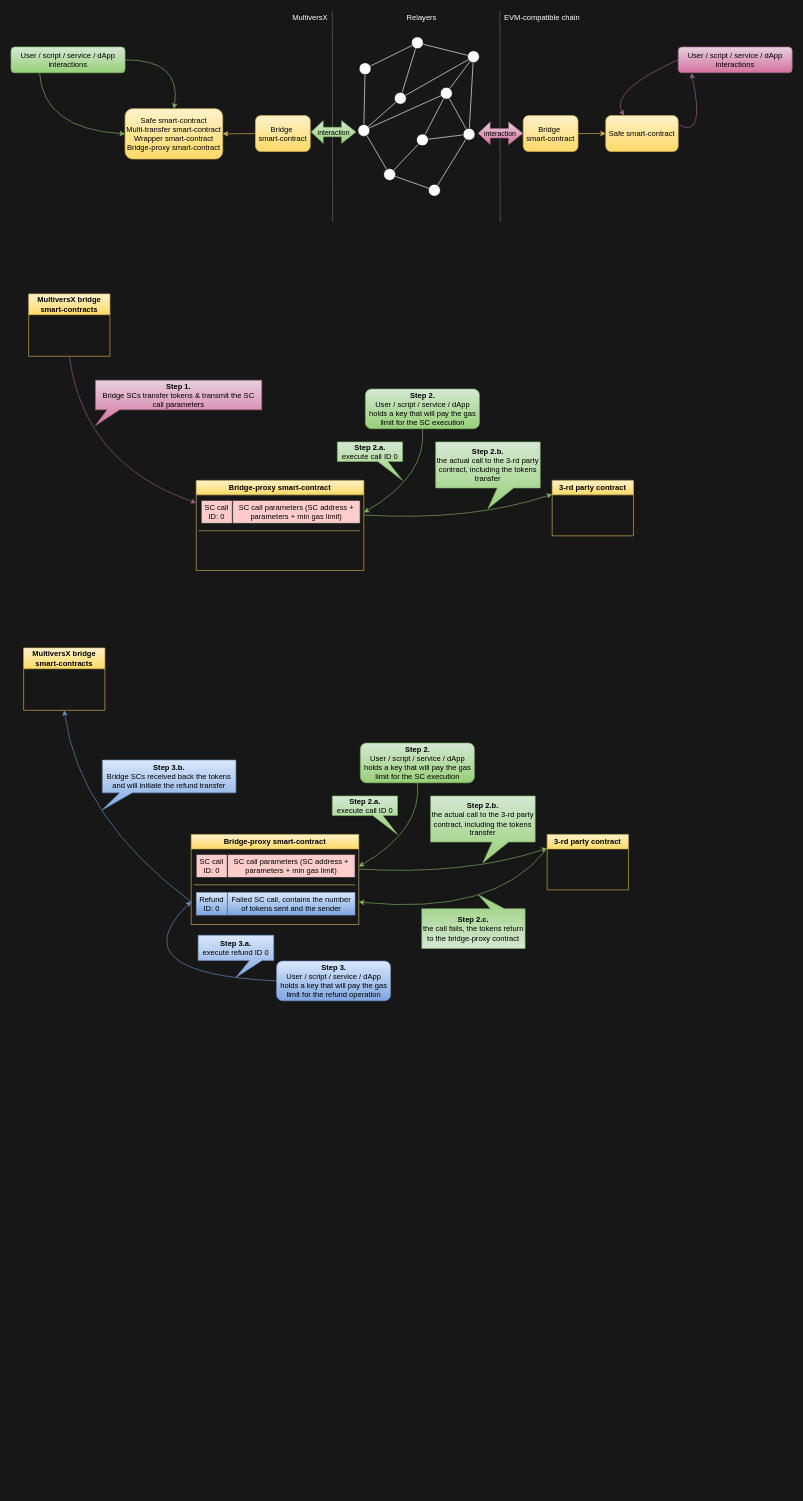
This is static/xbridge/xbridge-dark.drawio from multiversx/mx-docs, a draw.io file, before an edit. Source tidied: cells renumbered, new cells numbered last; positions are measured from the earlier drawing's top-left corner, leaving out a move shared by most shapes. Both pictures are drawn from the tidied source at 63%, with x=0, y=0 at pixel (11, 11).
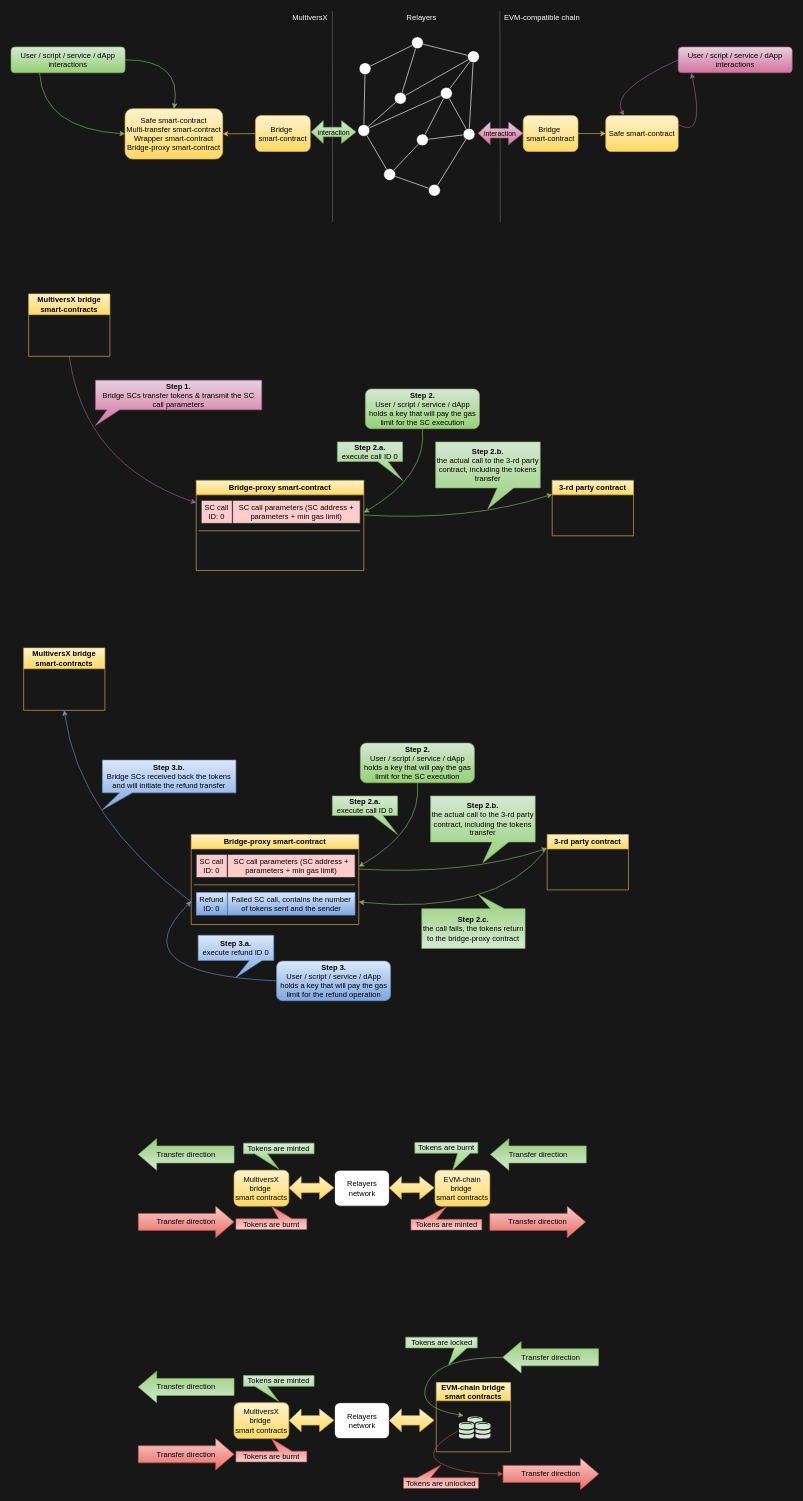
The same page after the edit.

Change to the diagram source:
```diff
@@
+    <mxCell id="82" value="&lt;div&gt;MultiversX&lt;/div&gt;bridge&amp;nbsp;&lt;div&gt;smart contracts&lt;/div&gt;" style="rounded=1;whiteSpace=wrap;html=1;fillColor=#fff2cc;strokeColor=#d6b656;gradientColor=#ffd966;" parent="1" vertex="1">
+      <mxGeometry x="354" y="1840" width="87" height="57" as="geometry" />
+    </mxCell>
+    <mxCell id="83" style="edgeStyle=orthogonalEdgeStyle;rounded=0;jettySize=auto;html=1;" parent="1" edge="1" source="84" target="85">
+      <mxGeometry relative="1" as="geometry" />
+    </mxCell>
+    <mxCell id="84" value="&lt;div&gt;EVM-chain&lt;/div&gt;bridge&amp;nbsp;&lt;div&gt;smart contracts&lt;/div&gt;" style="rounded=1;whiteSpace=wrap;html=1;fillColor=#fff2cc;strokeColor=#d6b656;gradientColor=#ffd966;" parent="1" vertex="1">
+      <mxGeometry x="673" y="1840" width="87" height="57" as="geometry" />
+    </mxCell>
+    <mxCell id="85" value="Relayers network" style="rounded=1;whiteSpace=wrap;html=1;" parent="1" vertex="1">
+      <mxGeometry x="513.5" y="1840" width="87" height="57" as="geometry" />
+    </mxCell>
+    <mxCell id="86" style="shape=flexArrow;endArrow=classic;html=1;rounded=0;startArrow=block;fillColor=#fff2cc;strokeColor=#d6b656;width=15.000000000000002;endSize=7.242857142857144;gradientColor=#ffd966;" parent="1" edge="1">
+      <mxGeometry relative="1" as="geometry">
+        <mxPoint x="441" y="1868.1" as="sourcePoint" />
+        <mxPoint x="513" y="1868" as="targetPoint" />
+      </mxGeometry>
+    </mxCell>
+    <mxCell id="87" style="shape=flexArrow;endArrow=classic;html=1;rounded=0;startArrow=block;width=15.000000000000002;endSize=7.242857142857144;fillColor=#fff2cc;strokeColor=#d6b656;gradientColor=#ffd966;" parent="1" edge="1">
+      <mxGeometry relative="1" as="geometry">
+        <mxPoint x="600" y="1868.1" as="sourcePoint" />
+        <mxPoint x="672" y="1868" as="targetPoint" />
+      </mxGeometry>
+    </mxCell>
+    <mxCell id="88" value="Transfer direction" style="shape=singleArrow;direction=west;whiteSpace=wrap;html=1;arrowWidth=0.5395833333333371;arrowSize=0.19189907038512738;fillColor=#d5e8d4;gradientColor=#97d077;strokeColor=#82b366;" parent="1" vertex="1">
+      <mxGeometry x="761" y="1790" width="152" height="50" as="geometry" />
+    </mxCell>
+    <mxCell id="89" value="Transfer direction" style="shape=singleArrow;direction=west;whiteSpace=wrap;html=1;arrowWidth=0.5395833333333371;arrowSize=0.19189907038512738;fillColor=#d5e8d4;gradientColor=#97d077;strokeColor=#82b366;" parent="1" vertex="1">
+      <mxGeometry x="202" y="1790" width="152" height="50" as="geometry" />
+    </mxCell>
+    <mxCell id="90" value="&lt;div style=&quot;forced-color-adjust: none; color: rgb(0, 0, 0); font-family: Helvetica; font-size: 12px; font-style: normal; font-variant-ligatures: normal; font-variant-caps: normal; letter-spacing: normal; orphans: 2; text-align: center; text-indent: 0px; text-transform: none; widows: 2; word-spacing: 0px; -webkit-text-stroke-width: 0px; white-space: normal; text-decoration-thickness: initial; text-decoration-style: initial; text-decoration-color: initial;&quot;&gt;Tokens are burnt&lt;/div&gt;" style="shape=callout;whiteSpace=wrap;html=1;perimeter=calloutPerimeter;fillColor=#d5e8d4;gradientColor=#97d077;strokeColor=#82b366;labelBackgroundColor=none;size=27;position=0.68;position2=0.6;" parent="1" vertex="1">
+      <mxGeometry x="641" y="1796" width="100" height="44" as="geometry" />
+    </mxCell>
+    <mxCell id="91" value="&lt;div style=&quot;forced-color-adjust: none; color: rgb(0, 0, 0); font-family: Helvetica; font-size: 12px; font-style: normal; font-variant-ligatures: normal; font-variant-caps: normal; letter-spacing: normal; orphans: 2; text-align: center; text-indent: 0px; text-transform: none; widows: 2; word-spacing: 0px; -webkit-text-stroke-width: 0px; white-space: normal; text-decoration-thickness: initial; text-decoration-style: initial; text-decoration-color: initial;&quot;&gt;Tokens are minted&lt;/div&gt;" style="shape=callout;whiteSpace=wrap;html=1;perimeter=calloutPerimeter;fillColor=#d5e8d4;gradientColor=#97d077;strokeColor=#82b366;labelBackgroundColor=none;size=24;position=0.16;" parent="1" vertex="1">
+      <mxGeometry x="369" y="1797" width="112" height="41" as="geometry" />
+    </mxCell>
+    <mxCell id="92" value="Transfer direction" style="shape=singleArrow;direction=east;whiteSpace=wrap;html=1;arrowWidth=0.5395833333333371;arrowSize=0.19189907038512738;fillColor=#f8cecc;gradientColor=#ea6b66;strokeColor=#b85450;" parent="1" vertex="1">
+      <mxGeometry x="202" y="1897" width="152" height="50" as="geometry" />
+    </mxCell>
+    <mxCell id="93" value="Transfer direction" style="shape=singleArrow;direction=east;whiteSpace=wrap;html=1;arrowWidth=0.5395833333333371;arrowSize=0.19189907038512738;fillColor=#f8cecc;gradientColor=#ea6b66;strokeColor=#b85450;" parent="1" vertex="1">
+      <mxGeometry x="760" y="1897" width="152" height="50" as="geometry" />
+    </mxCell>
+    <mxCell id="94" value="&lt;div style=&quot;forced-color-adjust: none; color: rgb(0, 0, 0); font-family: Helvetica; font-size: 12px; font-style: normal; font-variant-ligatures: normal; font-variant-caps: normal; letter-spacing: normal; orphans: 2; text-align: center; text-indent: 0px; text-transform: none; widows: 2; word-spacing: 0px; -webkit-text-stroke-width: 0px; white-space: normal; text-decoration-thickness: initial; text-decoration-style: initial; text-decoration-color: initial;&quot;&gt;Tokens are minted&lt;/div&gt;" style="shape=callout;whiteSpace=wrap;html=1;perimeter=calloutPerimeter;fillColor=#f8cecc;gradientColor=#ea6b66;strokeColor=#b85450;labelBackgroundColor=none;size=20;position=0.64;direction=west;base=21;" parent="1" vertex="1">
+      <mxGeometry x="634.8" y="1898" width="112.5" height="37" as="geometry" />
+    </mxCell>
+    <mxCell id="95" value="&lt;div style=&quot;forced-color-adjust: none; color: rgb(0, 0, 0); font-family: Helvetica; font-size: 12px; font-style: normal; font-variant-ligatures: normal; font-variant-caps: normal; letter-spacing: normal; orphans: 2; text-align: center; text-indent: 0px; text-transform: none; widows: 2; word-spacing: 0px; -webkit-text-stroke-width: 0px; white-space: normal; text-decoration-thickness: initial; text-decoration-style: initial; text-decoration-color: initial;&quot;&gt;Tokens are burnt&lt;/div&gt;" style="shape=callout;whiteSpace=wrap;html=1;perimeter=calloutPerimeter;fillColor=#f8cecc;gradientColor=#ea6b66;strokeColor=#b85450;labelBackgroundColor=none;size=20;position=0.21;direction=west;base=21;" parent="1" vertex="1">
+      <mxGeometry x="357" y="1897" width="112.5" height="37" as="geometry" />
+    </mxCell>
+    <mxCell id="96" value="&lt;div&gt;MultiversX&lt;/div&gt;bridge&amp;nbsp;&lt;div&gt;smart contracts&lt;/div&gt;" style="rounded=1;whiteSpace=wrap;html=1;fillColor=#fff2cc;strokeColor=#d6b656;gradientColor=#ffd966;" parent="1" vertex="1">
+      <mxGeometry x="354" y="2209" width="87" height="57" as="geometry" />
+    </mxCell>
+    <mxCell id="97" style="edgeStyle=orthogonalEdgeStyle;rounded=0;jettySize=auto;html=1;" parent="1" edge="1" target="98">
+      <mxGeometry relative="1" as="geometry">
+        <mxPoint x="673" y="2237.5" as="sourcePoint" />
+      </mxGeometry>
+    </mxCell>
+    <mxCell id="98" value="Relayers network" style="rounded=1;whiteSpace=wrap;html=1;" parent="1" vertex="1">
+      <mxGeometry x="513.5" y="2209" width="87" height="57" as="geometry" />
+    </mxCell>
+    <mxCell id="99" style="shape=flexArrow;endArrow=classic;html=1;rounded=0;startArrow=block;fillColor=#fff2cc;strokeColor=#d6b656;width=15.000000000000002;endSize=7.242857142857144;gradientColor=#ffd966;" parent="1" edge="1">
+      <mxGeometry relative="1" as="geometry">
+        <mxPoint x="441" y="2237.1" as="sourcePoint" />
+        <mxPoint x="513" y="2237" as="targetPoint" />
+      </mxGeometry>
+    </mxCell>
+    <mxCell id="100" style="shape=flexArrow;endArrow=classic;html=1;rounded=0;startArrow=block;width=15.000000000000002;endSize=7.242857142857144;fillColor=#fff2cc;strokeColor=#d6b656;gradientColor=#ffd966;" parent="1" edge="1">
+      <mxGeometry relative="1" as="geometry">
+        <mxPoint x="600" y="2237.1" as="sourcePoint" />
+        <mxPoint x="672" y="2237" as="targetPoint" />
+      </mxGeometry>
+    </mxCell>
+    <mxCell id="101" value="Transfer direction" style="shape=singleArrow;direction=west;whiteSpace=wrap;html=1;arrowWidth=0.5395833333333371;arrowSize=0.19189907038512738;fillColor=#d5e8d4;gradientColor=#97d077;strokeColor=#82b366;" parent="1" vertex="1">
+      <mxGeometry x="780.5" y="2112" width="152" height="50" as="geometry" />
+    </mxCell>
+    <mxCell id="102" value="Transfer direction" style="shape=singleArrow;direction=west;whiteSpace=wrap;html=1;arrowWidth=0.5395833333333371;arrowSize=0.19189907038512738;fillColor=#d5e8d4;gradientColor=#97d077;strokeColor=#82b366;" parent="1" vertex="1">
+      <mxGeometry x="202" y="2159" width="152" height="50" as="geometry" />
+    </mxCell>
+    <mxCell id="103" value="&lt;div style=&quot;forced-color-adjust: none; color: rgb(0, 0, 0); font-family: Helvetica; font-size: 12px; font-style: normal; font-variant-ligatures: normal; font-variant-caps: normal; letter-spacing: normal; orphans: 2; text-align: center; text-indent: 0px; text-transform: none; widows: 2; word-spacing: 0px; -webkit-text-stroke-width: 0px; white-space: normal; text-decoration-thickness: initial; text-decoration-style: initial; text-decoration-color: initial;&quot;&gt;Tokens are locked&lt;/div&gt;" style="shape=callout;whiteSpace=wrap;html=1;perimeter=calloutPerimeter;fillColor=#d5e8d4;gradientColor=#97d077;strokeColor=#82b366;labelBackgroundColor=none;size=27;position=0.68;position2=0.6;" parent="1" vertex="1">
+      <mxGeometry x="626.5" y="2105" width="113.5" height="44" as="geometry" />
+    </mxCell>
+    <mxCell id="104" value="&lt;div style=&quot;forced-color-adjust: none; color: rgb(0, 0, 0); font-family: Helvetica; font-size: 12px; font-style: normal; font-variant-ligatures: normal; font-variant-caps: normal; letter-spacing: normal; orphans: 2; text-align: center; text-indent: 0px; text-transform: none; widows: 2; word-spacing: 0px; -webkit-text-stroke-width: 0px; white-space: normal; text-decoration-thickness: initial; text-decoration-style: initial; text-decoration-color: initial;&quot;&gt;Tokens are minted&lt;/div&gt;" style="shape=callout;whiteSpace=wrap;html=1;perimeter=calloutPerimeter;fillColor=#d5e8d4;gradientColor=#97d077;strokeColor=#82b366;labelBackgroundColor=none;size=24;position=0.16;" parent="1" vertex="1">
+      <mxGeometry x="369" y="2166" width="112" height="41" as="geometry" />
+    </mxCell>
+    <mxCell id="105" value="Transfer direction" style="shape=singleArrow;direction=east;whiteSpace=wrap;html=1;arrowWidth=0.5395833333333371;arrowSize=0.19189907038512738;fillColor=#f8cecc;gradientColor=#ea6b66;strokeColor=#b85450;" parent="1" vertex="1">
+      <mxGeometry x="202" y="2266" width="152" height="50" as="geometry" />
+    </mxCell>
+    <mxCell id="106" value="Transfer direction" style="shape=singleArrow;direction=east;whiteSpace=wrap;html=1;arrowWidth=0.5395833333333371;arrowSize=0.19189907038512738;fillColor=#f8cecc;gradientColor=#ea6b66;strokeColor=#b85450;" parent="1" vertex="1">
+      <mxGeometry x="781" y="2297" width="152" height="50" as="geometry" />
+    </mxCell>
+    <mxCell id="107" value="&lt;div style=&quot;forced-color-adjust: none; color: rgb(0, 0, 0); font-family: Helvetica; font-size: 12px; font-style: normal; font-variant-ligatures: normal; font-variant-caps: normal; letter-spacing: normal; orphans: 2; text-align: center; text-indent: 0px; text-transform: none; widows: 2; word-spacing: 0px; -webkit-text-stroke-width: 0px; white-space: normal; text-decoration-thickness: initial; text-decoration-style: initial; text-decoration-color: initial;&quot;&gt;Tokens are unlocked&lt;/div&gt;" style="shape=callout;whiteSpace=wrap;html=1;perimeter=calloutPerimeter;fillColor=#f8cecc;gradientColor=#ea6b66;strokeColor=#b85450;labelBackgroundColor=none;size=20;position=0.64;direction=west;base=21;" parent="1" vertex="1">
+      <mxGeometry x="623" y="2308" width="119" height="37" as="geometry" />
+    </mxCell>
+    <mxCell id="108" value="&lt;div style=&quot;forced-color-adjust: none; color: rgb(0, 0, 0); font-family: Helvetica; font-size: 12px; font-style: normal; font-variant-ligatures: normal; font-variant-caps: normal; letter-spacing: normal; orphans: 2; text-align: center; text-indent: 0px; text-transform: none; widows: 2; word-spacing: 0px; -webkit-text-stroke-width: 0px; white-space: normal; text-decoration-thickness: initial; text-decoration-style: initial; text-decoration-color: initial;&quot;&gt;Tokens are burnt&lt;/div&gt;" style="shape=callout;whiteSpace=wrap;html=1;perimeter=calloutPerimeter;fillColor=#f8cecc;gradientColor=#ea6b66;strokeColor=#b85450;labelBackgroundColor=none;size=20;position=0.21;direction=west;base=21;" parent="1" vertex="1">
+      <mxGeometry x="357" y="2266" width="112.5" height="37" as="geometry" />
+    </mxCell>
+    <mxCell id="109" value="EVM-chain bridge smart contracts" style="swimlane;whiteSpace=wrap;html=1;fillColor=#fff2cc;gradientColor=#ffd966;strokeColor=#d6b656;startSize=29;" parent="1" vertex="1">
+      <mxGeometry x="675" y="2177" width="118" height="110" as="geometry" />
+    </mxCell>
+    <mxCell id="110" style="verticalLabelPosition=bottom;sketch=0;html=1;fillColor=#d5e8d4;strokeColor=#82b366;verticalAlign=top;align=center;shape=mxgraph.cisco_safe.technology_icons.icon27;" parent="109" vertex="1">
+      <mxGeometry x="36" y="54" width="50" height="35" as="geometry" />
+    </mxCell>
+    <mxCell id="111" style="curved=1;endArrow=classic;html=1;exitX=1;exitY=0.5;exitDx=0;exitDy=0;strokeColor=#82b366;fillColor=#d5e8d4;gradientColor=#97d077;exitPerimeter=0;entryX=0.146;entryY=-0.042;entryDx=0;entryDy=0;entryPerimeter=0;" parent="1" edge="1" source="101" target="110">
+      <mxGeometry relative="1" as="geometry">
+        <Array as="points">
+          <mxPoint x="681" y="2137" />
+          <mxPoint x="641" y="2217" />
+        </Array>
+      </mxGeometry>
+    </mxCell>
+    <mxCell id="112" style="curved=1;endArrow=classic;html=1;exitX=1;exitY=0.5;exitDx=0;exitDy=0;strokeColor=#b85450;fillColor=#f8cecc;gradientColor=#ea6b66;exitPerimeter=0;entryX=0;entryY=0.5;entryDx=0;entryDy=0;entryPerimeter=0;" parent="1" edge="1" target="106">
+      <mxGeometry relative="1" as="geometry">
+        <mxPoint x="709" y="2254" as="sourcePoint" />
+        <Array as="points">
+          <mxPoint x="651" y="2287" />
+          <mxPoint x="711" y="2322" />
+        </Array>
+      </mxGeometry>
+    </mxCell>
```
